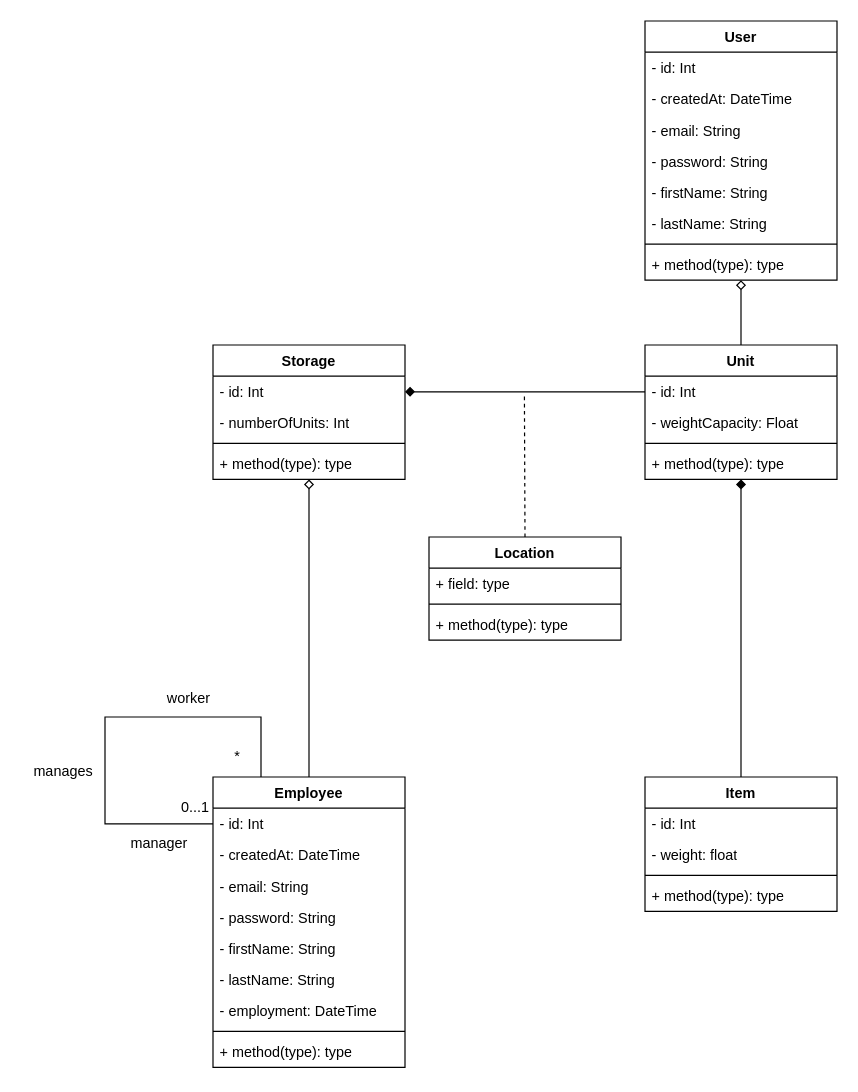
Above: UML.drawio in DimeuWasTaken/SOA (draw.io), before the change. Source tidied: cells renumbered, new cells numbered last; positions are measured from the earlier drawing's top-left corner, leaving out a move shared by most shapes. Both pictures are drawn from the tidied source at 120%, with x=0, y=0 at pixel (20, 20).
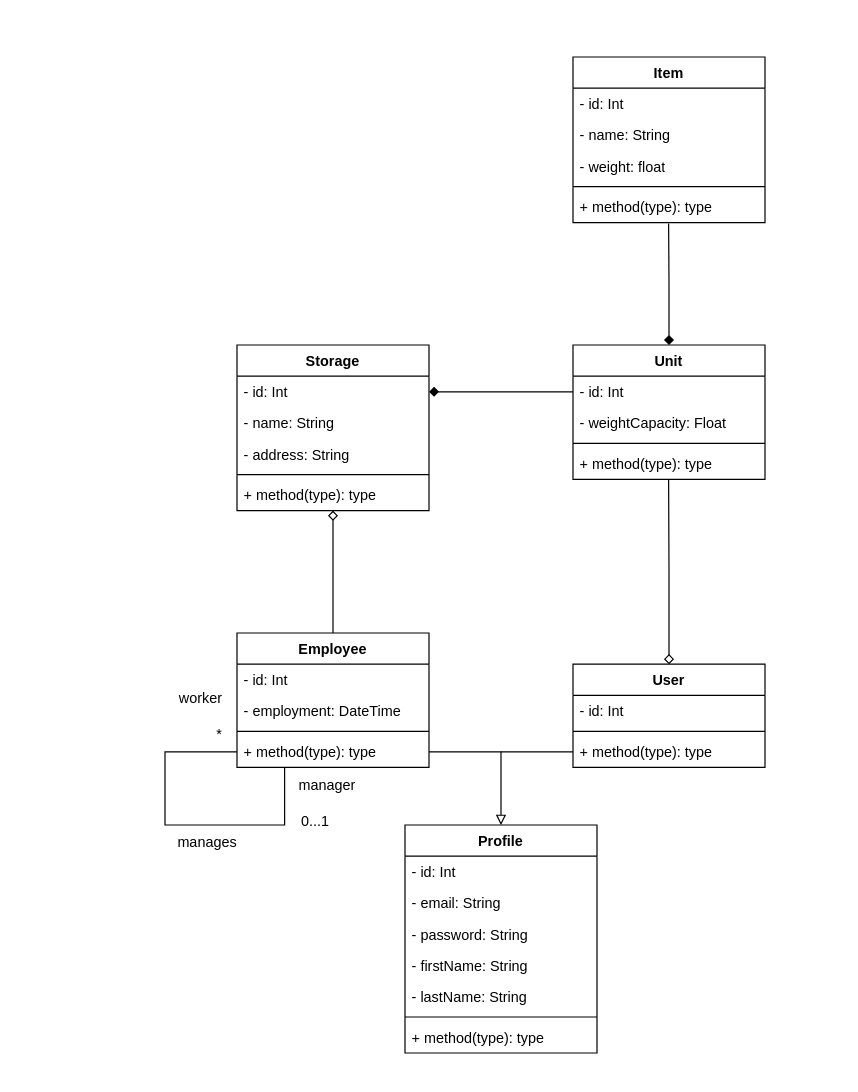
After the change.

The change refers to these unchanged cells:
```xml
<mxCell id="19" value="- id: Int" style="text;strokeColor=none;fillColor=none;align=left;verticalAlign=top;spacingLeft=4;spacingRight=4;overflow=hidden;points=[[0,0.5],[1,0.5]];portConstraint=eastwest;whiteSpace=wrap;html=1;" parent="18" vertex="1">
  <mxGeometry y="26" width="160" height="26" as="geometry" />
</mxCell>
<mxCell id="22" value="+ method(type): type" style="text;strokeColor=none;fillColor=none;align=left;verticalAlign=top;spacingLeft=4;spacingRight=4;overflow=hidden;points=[[0,0.5],[1,0.5]];portConstraint=eastwest;whiteSpace=wrap;html=1;" parent="18" vertex="1">
  <mxGeometry y="86" width="160" height="26" as="geometry" />
</mxCell>
<mxCell id="36" value="- id: Int" style="text;strokeColor=none;fillColor=none;align=left;verticalAlign=top;spacingLeft=4;spacingRight=4;overflow=hidden;points=[[0,0.5],[1,0.5]];portConstraint=eastwest;whiteSpace=wrap;html=1;" parent="34" vertex="1">
  <mxGeometry y="26" width="160" height="26" as="geometry" />
</mxCell>
```

Change to the diagram source:
```diff
@@
-    <mxCell id="2" style="edgeStyle=orthogonalEdgeStyle;rounded=0;jettySize=auto;html=1;exitX=0.5;exitY=0;exitDx=0;exitDy=0;endArrow=none;endFill=0;dashed=1;" parent="1" edge="1" source="3">
-      <mxGeometry relative="1" as="geometry">
-        <mxPoint x="419.5" y="310" as="targetPoint" />
-      </mxGeometry>
-    </mxCell>
-    <mxCell id="3" value="Location" style="swimlane;fontStyle=1;align=center;verticalAlign=top;horizontal=1;startSize=26;whiteSpace=wrap;html=1;" parent="1" vertex="1">
-      <mxGeometry x="340" y="430" width="160" height="86" as="geometry" />
-    </mxCell>
-    <mxCell id="4" value="+ field: type" style="text;strokeColor=none;fillColor=none;align=left;verticalAlign=top;spacingLeft=4;spacingRight=4;overflow=hidden;whiteSpace=wrap;html=1;" parent="3" vertex="1">
-      <mxGeometry y="26" width="160" height="26" as="geometry" />
-    </mxCell>
-    <mxCell id="5" style="line;strokeWidth=1;fillColor=none;align=left;verticalAlign=middle;spacingTop=-1;spacingLeft=3;spacingRight=3;labelPosition=right;strokeColor=inherit;" parent="3" vertex="1">
-      <mxGeometry y="52" width="160" height="8" as="geometry" />
-    </mxCell>
-    <mxCell id="6" value="+ method(type): type" style="text;strokeColor=none;fillColor=none;align=left;verticalAlign=top;spacingLeft=4;spacingRight=4;overflow=hidden;whiteSpace=wrap;html=1;" parent="3" vertex="1">
-      <mxGeometry y="60" width="160" height="26" as="geometry" />
-    </mxCell>
-    <mxCell id="7" style="edgeStyle=orthogonalEdgeStyle;rounded=0;jettySize=auto;html=1;exitX=0.5;exitY=1;exitDx=0;exitDy=0;endArrow=none;endFill=0;startArrow=diamond;startFill=0;" parent="1" edge="1" source="8" target="18">
-      <mxGeometry relative="1" as="geometry" />
-    </mxCell>
     <mxCell id="8" value="User&lt;br&gt;" style="swimlane;fontStyle=1;align=center;verticalAlign=top;horizontal=1;startSize=26;whiteSpace=wrap;html=1;" parent="1" vertex="1">
-      <mxGeometry x="520" width="160" height="216" as="geometry" />
+      <mxGeometry x="460" y="536" width="160" height="86" as="geometry" />
     </mxCell>
@@
-    <mxCell id="10" value="- createdAt: DateTime" style="text;strokeColor=none;fillColor=none;align=left;verticalAlign=top;spacingLeft=4;spacingRight=4;overflow=hidden;whiteSpace=wrap;html=1;" parent="8" vertex="1">
-      <mxGeometry y="52" width="160" height="26" as="geometry" />
-    </mxCell>
-    <mxCell id="11" value="- email: String" style="text;strokeColor=none;fillColor=none;align=left;verticalAlign=top;spacingLeft=4;spacingRight=4;overflow=hidden;whiteSpace=wrap;html=1;" parent="8" vertex="1">
-      <mxGeometry y="78" width="160" height="26" as="geometry" />
-    </mxCell>
-    <mxCell id="12" value="- password: String" style="text;strokeColor=none;fillColor=none;align=left;verticalAlign=top;spacingLeft=4;spacingRight=4;overflow=hidden;whiteSpace=wrap;html=1;" parent="8" vertex="1">
-      <mxGeometry y="104" width="160" height="26" as="geometry" />
-    </mxCell>
-    <mxCell id="13" value="- firstName: String" style="text;strokeColor=none;fillColor=none;align=left;verticalAlign=top;spacingLeft=4;spacingRight=4;overflow=hidden;whiteSpace=wrap;html=1;" parent="8" vertex="1">
-      <mxGeometry y="130" width="160" height="26" as="geometry" />
-    </mxCell>
-    <mxCell id="14" value="- lastName: String" style="text;strokeColor=none;fillColor=none;align=left;verticalAlign=top;spacingLeft=4;spacingRight=4;overflow=hidden;whiteSpace=wrap;html=1;" parent="8" vertex="1">
-      <mxGeometry y="156" width="160" height="26" as="geometry" />
-    </mxCell>
     <mxCell id="15" style="line;strokeWidth=1;fillColor=none;align=left;verticalAlign=middle;spacingTop=-1;spacingLeft=3;spacingRight=3;labelPosition=right;strokeColor=inherit;" parent="8" vertex="1">
-      <mxGeometry y="182" width="160" height="8" as="geometry" />
+      <mxGeometry y="52" width="160" height="8" as="geometry" />
     </mxCell>
+    <mxCell id="51" style="edgeStyle=orthogonalEdgeStyle;rounded=0;jettySize=auto;html=1;exitX=0;exitY=0.5;exitDx=0;exitDy=0;endArrow=none;endFill=0;" parent="8" edge="1" source="16">
+      <mxGeometry relative="1" as="geometry">
+        <mxPoint x="-60" y="73" as="targetPoint" />
+      </mxGeometry>
+    </mxCell>
     <mxCell id="16" value="+ method(type): type" style="text;strokeColor=none;fillColor=none;align=left;verticalAlign=top;spacingLeft=4;spacingRight=4;overflow=hidden;points=[[0,0.5],[1,0.5]];portConstraint=eastwest;whiteSpace=wrap;html=1;" parent="8" vertex="1">
-      <mxGeometry y="190" width="160" height="26" as="geometry" />
+      <mxGeometry y="60" width="160" height="26" as="geometry" />
     </mxCell>
-    <mxCell id="17" style="edgeStyle=orthogonalEdgeStyle;rounded=0;jettySize=auto;html=1;exitX=0.5;exitY=1;exitDx=0;exitDy=0;entryX=0.5;entryY=0;entryDx=0;entryDy=0;endArrow=none;endFill=0;startArrow=diamond;startFill=1;" parent="1" edge="1" source="18" target="28">
-      <mxGeometry relative="1" as="geometry" />
-    </mxCell>
     <mxCell id="18" value="Unit" style="swimlane;fontStyle=1;align=center;verticalAlign=top;horizontal=1;startSize=26;whiteSpace=wrap;html=1;" parent="1" vertex="1">
-      <mxGeometry x="520" y="270" width="160" height="112" as="geometry" />
+      <mxGeometry x="460" y="270" width="160" height="112" as="geometry" />
     </mxCell>
@@
     <mxCell id="23" value="Storage" style="swimlane;fontStyle=1;align=center;verticalAlign=top;horizontal=1;startSize=26;whiteSpace=wrap;html=1;" parent="1" vertex="1">
-      <mxGeometry x="160" y="270" width="160" height="112" as="geometry" />
+      <mxGeometry x="180" y="270" width="160" height="138" as="geometry" />
     </mxCell>
+    <mxCell id="52" value="- id: Int" style="text;strokeColor=none;fillColor=none;align=left;verticalAlign=top;spacingLeft=4;spacingRight=4;overflow=hidden;points=[[0,0.5],[1,0.5]];portConstraint=eastwest;whiteSpace=wrap;html=1;" parent="23" vertex="1">
+      <mxGeometry y="26" width="160" height="26" as="geometry" />
+    </mxCell>
-    <mxCell id="24" value="- id: Int" style="text;strokeColor=none;fillColor=none;align=left;verticalAlign=top;spacingLeft=4;spacingRight=4;overflow=hidden;points=[[0,0.5],[1,0.5]];portConstraint=eastwest;whiteSpace=wrap;html=1;" parent="23" vertex="1">
-      <mxGeometry y="26" width="160" height="26" as="geometry" />
+    <mxCell id="24" value="- name: String" style="text;strokeColor=none;fillColor=none;align=left;verticalAlign=top;spacingLeft=4;spacingRight=4;overflow=hidden;points=[[0,0.5],[1,0.5]];portConstraint=eastwest;whiteSpace=wrap;html=1;" parent="23" vertex="1">
+      <mxGeometry y="52" width="160" height="26" as="geometry" />
     </mxCell>
-    <mxCell id="25" value="- numberOfUnits: Int" style="text;strokeColor=none;fillColor=none;align=left;verticalAlign=top;spacingLeft=4;spacingRight=4;overflow=hidden;whiteSpace=wrap;html=1;" parent="23" vertex="1">
-      <mxGeometry y="52" width="160" height="26" as="geometry" />
-    </mxCell>
+    <mxCell id="53" value="- address: String" style="text;strokeColor=none;fillColor=none;align=left;verticalAlign=top;spacingLeft=4;spacingRight=4;overflow=hidden;whiteSpace=wrap;html=1;" parent="23" vertex="1">
+      <mxGeometry y="78" width="160" height="26" as="geometry" />
+    </mxCell>
     <mxCell id="26" style="line;strokeWidth=1;fillColor=none;align=left;verticalAlign=middle;spacingTop=-1;spacingLeft=3;spacingRight=3;labelPosition=right;strokeColor=inherit;" parent="23" vertex="1">
-      <mxGeometry y="78" width="160" height="8" as="geometry" />
+      <mxGeometry y="104" width="160" height="8" as="geometry" />
     </mxCell>
     <mxCell id="27" value="+ method(type): type" style="text;strokeColor=none;fillColor=none;align=left;verticalAlign=top;spacingLeft=4;spacingRight=4;overflow=hidden;whiteSpace=wrap;html=1;" parent="23" vertex="1">
-      <mxGeometry y="86" width="160" height="26" as="geometry" />
+      <mxGeometry y="112" width="160" height="26" as="geometry" />
     </mxCell>
     <mxCell id="28" value="Item" style="swimlane;fontStyle=1;align=center;verticalAlign=top;horizontal=1;startSize=26;whiteSpace=wrap;html=1;" parent="1" vertex="1">
-      <mxGeometry x="520" y="630" width="160" height="112" as="geometry" />
+      <mxGeometry x="460" y="30" width="160" height="138" as="geometry" />
     </mxCell>
@@
+    <mxCell id="54" value="- name: String" style="text;strokeColor=none;fillColor=none;align=left;verticalAlign=top;spacingLeft=4;spacingRight=4;overflow=hidden;whiteSpace=wrap;html=1;" parent="28" vertex="1">
+      <mxGeometry y="52" width="160" height="26" as="geometry" />
+    </mxCell>
     <mxCell id="30" value="- weight: float" style="text;strokeColor=none;fillColor=none;align=left;verticalAlign=top;spacingLeft=4;spacingRight=4;overflow=hidden;whiteSpace=wrap;html=1;" parent="28" vertex="1">
-      <mxGeometry y="52" width="160" height="26" as="geometry" />
+      <mxGeometry y="78" width="160" height="26" as="geometry" />
     </mxCell>
     <mxCell id="31" style="line;strokeWidth=1;fillColor=none;align=left;verticalAlign=middle;spacingTop=-1;spacingLeft=3;spacingRight=3;labelPosition=right;strokeColor=inherit;" parent="28" vertex="1">
-      <mxGeometry y="78" width="160" height="8" as="geometry" />
+      <mxGeometry y="104" width="160" height="8" as="geometry" />
     </mxCell>
     <mxCell id="32" value="+ method(type): type" style="text;strokeColor=none;fillColor=none;align=left;verticalAlign=top;spacingLeft=4;spacingRight=4;overflow=hidden;points=[[0,0.5],[1,0.5]];portConstraint=eastwest;whiteSpace=wrap;html=1;" parent="28" vertex="1">
-      <mxGeometry y="86" width="160" height="26" as="geometry" />
+      <mxGeometry y="112" width="160" height="26" as="geometry" />
     </mxCell>
@@
     <mxCell id="34" value="Employee" style="swimlane;fontStyle=1;align=center;verticalAlign=top;horizontal=1;startSize=26;whiteSpace=wrap;html=1;" parent="1" vertex="1">
-      <mxGeometry x="160" y="630" width="160" height="242" as="geometry" />
+      <mxGeometry x="180" y="510" width="160" height="112" as="geometry" />
     </mxCell>
-    <mxCell id="35" style="edgeStyle=orthogonalEdgeStyle;rounded=0;jettySize=auto;html=1;exitX=0;exitY=0.5;exitDx=0;exitDy=0;entryX=0.25;entryY=0;entryDx=0;entryDy=0;endArrow=none;endFill=0;" parent="34" edge="1" source="36" target="34">
-      <mxGeometry relative="1" as="geometry">
-        <Array as="points">
-          <mxPoint x="-90" y="39" />
-          <mxPoint x="-90" y="-50" />
-          <mxPoint x="40" y="-50" />
-        </Array>
-      </mxGeometry>
-    </mxCell>
@@
-    <mxCell id="37" value="- createdAt: DateTime" style="text;strokeColor=none;fillColor=none;align=left;verticalAlign=top;spacingLeft=4;spacingRight=4;overflow=hidden;whiteSpace=wrap;html=1;" parent="34" vertex="1">
-      <mxGeometry y="52" width="160" height="26" as="geometry" />
-    </mxCell>
-    <mxCell id="38" value="- email: String" style="text;strokeColor=none;fillColor=none;align=left;verticalAlign=top;spacingLeft=4;spacingRight=4;overflow=hidden;whiteSpace=wrap;html=1;" parent="34" vertex="1">
-      <mxGeometry y="78" width="160" height="26" as="geometry" />
-    </mxCell>
-    <mxCell id="39" value="- password: String" style="text;strokeColor=none;fillColor=none;align=left;verticalAlign=top;spacingLeft=4;spacingRight=4;overflow=hidden;whiteSpace=wrap;html=1;" parent="34" vertex="1">
-      <mxGeometry y="104" width="160" height="26" as="geometry" />
-    </mxCell>
-    <mxCell id="40" value="- firstName: String" style="text;strokeColor=none;fillColor=none;align=left;verticalAlign=top;spacingLeft=4;spacingRight=4;overflow=hidden;whiteSpace=wrap;html=1;" parent="34" vertex="1">
-      <mxGeometry y="130" width="160" height="26" as="geometry" />
-    </mxCell>
-    <mxCell id="41" value="- lastName: String" style="text;strokeColor=none;fillColor=none;align=left;verticalAlign=top;spacingLeft=4;spacingRight=4;overflow=hidden;whiteSpace=wrap;html=1;" parent="34" vertex="1">
-      <mxGeometry y="156" width="160" height="26" as="geometry" />
-    </mxCell>
     <mxCell id="42" value="- employment: DateTime" style="text;strokeColor=none;fillColor=none;align=left;verticalAlign=top;spacingLeft=4;spacingRight=4;overflow=hidden;whiteSpace=wrap;html=1;" parent="34" vertex="1">
-      <mxGeometry y="182" width="160" height="26" as="geometry" />
+      <mxGeometry y="52" width="160" height="26" as="geometry" />
     </mxCell>
     <mxCell id="43" style="line;strokeWidth=1;fillColor=none;align=left;verticalAlign=middle;spacingTop=-1;spacingLeft=3;spacingRight=3;labelPosition=right;strokeColor=inherit;" parent="34" vertex="1">
-      <mxGeometry y="208" width="160" height="8" as="geometry" />
+      <mxGeometry y="78" width="160" height="8" as="geometry" />
     </mxCell>
     <mxCell id="44" value="+ method(type): type" style="text;strokeColor=none;fillColor=none;align=left;verticalAlign=top;spacingLeft=4;spacingRight=4;overflow=hidden;points=[[0,0.5],[1,0.5]];portConstraint=eastwest;whiteSpace=wrap;html=1;" parent="34" vertex="1">
-      <mxGeometry y="216" width="160" height="26" as="geometry" />
+      <mxGeometry y="86" width="160" height="26" as="geometry" />
     </mxCell>
+    <mxCell id="55" style="edgeStyle=orthogonalEdgeStyle;rounded=0;orthogonalLoop=1;jettySize=auto;html=1;exitX=0;exitY=0.5;exitDx=0;exitDy=0;entryX=0.248;entryY=1.003;entryDx=0;entryDy=0;entryPerimeter=0;endArrow=none;endFill=0;" parent="34" edge="1" source="44" target="44">
+      <mxGeometry relative="1" as="geometry">
+        <Array as="points">
+          <mxPoint x="-60" y="99" />
+          <mxPoint x="-60" y="160" />
+          <mxPoint x="40" y="160" />
+        </Array>
+      </mxGeometry>
+    </mxCell>
-    <mxCell id="45" style="edgeStyle=orthogonalEdgeStyle;rounded=0;jettySize=auto;html=1;exitX=1;exitY=0.5;exitDx=0;exitDy=0;entryX=0;entryY=0.5;entryDx=0;entryDy=0;endArrow=none;endFill=0;startArrow=diamond;startFill=1;" parent="1" edge="1" source="24" target="19">
+    <mxCell id="45" style="edgeStyle=orthogonalEdgeStyle;rounded=0;jettySize=auto;html=1;exitX=1;exitY=0.5;exitDx=0;exitDy=0;entryX=0;entryY=0.5;entryDx=0;entryDy=0;endArrow=none;endFill=0;startArrow=diamond;startFill=1;" parent="1" edge="1" source="52" target="19">
       <mxGeometry relative="1" as="geometry" />
     </mxCell>
     <mxCell id="46" value="worker" style="text;html=1;strokeColor=none;fillColor=none;align=center;verticalAlign=middle;whiteSpace=wrap;rounded=0;" parent="1" vertex="1">
-      <mxGeometry x="110" y="550" width="60" height="30" as="geometry" />
+      <mxGeometry x="120" y="550" width="60" height="30" as="geometry" />
     </mxCell>
     <mxCell id="47" value="manager" style="text;html=1;align=center;verticalAlign=middle;strokeColor=none;fillColor=none;" parent="1" vertex="1">
-      <mxGeometry x="80" y="671" width="70" height="30" as="geometry" />
+      <mxGeometry x="220" y="622" width="70" height="30" as="geometry" />
     </mxCell>
     <mxCell id="48" value="*" style="text;html=1;align=center;verticalAlign=middle;strokeColor=none;fillColor=none;" parent="1" vertex="1">
-      <mxGeometry x="165" y="598" width="30" height="30" as="geometry" />
+      <mxGeometry x="150" y="580" width="30" height="30" as="geometry" />
     </mxCell>
     <mxCell id="49" value="0...1" style="text;html=1;align=center;verticalAlign=middle;strokeColor=none;fillColor=none;" parent="1" vertex="1">
-      <mxGeometry x="120" y="641" width="50" height="30" as="geometry" />
+      <mxGeometry x="220" y="652" width="50" height="30" as="geometry" />
     </mxCell>
     <mxCell id="50" value="manages" style="text;html=1;align=center;verticalAlign=middle;strokeColor=none;fillColor=none;" parent="1" vertex="1">
-      <mxGeometry y="611" width="70" height="30" as="geometry" />
+      <mxGeometry x="120" y="670" width="70" height="30" as="geometry" />
     </mxCell>
+    <mxCell id="56" style="edgeStyle=orthogonalEdgeStyle;rounded=0;jettySize=auto;html=1;exitX=0.5;exitY=0;exitDx=0;exitDy=0;entryX=0.498;entryY=1.031;entryDx=0;entryDy=0;entryPerimeter=0;endArrow=none;endFill=0;startArrow=diamond;startFill=1;" parent="1" edge="1" source="18" target="32">
+      <mxGeometry relative="1" as="geometry" />
+    </mxCell>
+    <mxCell id="57" style="edgeStyle=orthogonalEdgeStyle;rounded=0;jettySize=auto;html=1;exitX=0.5;exitY=0;exitDx=0;exitDy=0;entryX=0.498;entryY=1.015;entryDx=0;entryDy=0;entryPerimeter=0;endArrow=none;endFill=0;startArrow=diamond;startFill=0;" parent="1" edge="1" source="8" target="22">
+      <mxGeometry relative="1" as="geometry" />
+    </mxCell>
+    <mxCell id="58" value="Profile" style="swimlane;fontStyle=1;align=center;verticalAlign=top;horizontal=1;startSize=26;whiteSpace=wrap;html=1;" parent="1" vertex="1">
+      <mxGeometry x="320" y="670" width="160" height="190" as="geometry" />
+    </mxCell>
+    <mxCell id="59" value="- id: Int" style="text;strokeColor=none;fillColor=none;align=left;verticalAlign=top;spacingLeft=4;spacingRight=4;overflow=hidden;whiteSpace=wrap;html=1;" parent="58" vertex="1">
+      <mxGeometry y="26" width="160" height="26" as="geometry" />
+    </mxCell>
+    <mxCell id="60" value="- email: String" style="text;strokeColor=none;fillColor=none;align=left;verticalAlign=top;spacingLeft=4;spacingRight=4;overflow=hidden;whiteSpace=wrap;html=1;" parent="58" vertex="1">
+      <mxGeometry y="52" width="160" height="26" as="geometry" />
+    </mxCell>
+    <mxCell id="61" value="- password: String" style="text;strokeColor=none;fillColor=none;align=left;verticalAlign=top;spacingLeft=4;spacingRight=4;overflow=hidden;whiteSpace=wrap;html=1;" parent="58" vertex="1">
+      <mxGeometry y="78" width="160" height="26" as="geometry" />
+    </mxCell>
+    <mxCell id="62" value="- firstName: String" style="text;strokeColor=none;fillColor=none;align=left;verticalAlign=top;spacingLeft=4;spacingRight=4;overflow=hidden;whiteSpace=wrap;html=1;" parent="58" vertex="1">
+      <mxGeometry y="104" width="160" height="26" as="geometry" />
+    </mxCell>
+    <mxCell id="63" value="- lastName: String" style="text;strokeColor=none;fillColor=none;align=left;verticalAlign=top;spacingLeft=4;spacingRight=4;overflow=hidden;whiteSpace=wrap;html=1;" parent="58" vertex="1">
+      <mxGeometry y="130" width="160" height="26" as="geometry" />
+    </mxCell>
+    <mxCell id="64" style="line;strokeWidth=1;fillColor=none;align=left;verticalAlign=middle;spacingTop=-1;spacingLeft=3;spacingRight=3;labelPosition=right;strokeColor=inherit;" parent="58" vertex="1">
+      <mxGeometry y="156" width="160" height="8" as="geometry" />
+    </mxCell>
+    <mxCell id="6" value="+ method(type): type" style="text;strokeColor=none;fillColor=none;align=left;verticalAlign=top;spacingLeft=4;spacingRight=4;overflow=hidden;whiteSpace=wrap;html=1;" parent="58" vertex="1">
+      <mxGeometry y="164" width="160" height="26" as="geometry" />
+    </mxCell>
+    <mxCell id="65" style="edgeStyle=orthogonalEdgeStyle;rounded=0;jettySize=auto;html=1;exitX=1;exitY=0.5;exitDx=0;exitDy=0;entryX=0.5;entryY=0;entryDx=0;entryDy=0;endArrow=block;endFill=0;" parent="1" edge="1" source="44" target="58">
+      <mxGeometry relative="1" as="geometry" />
+    </mxCell>
```
